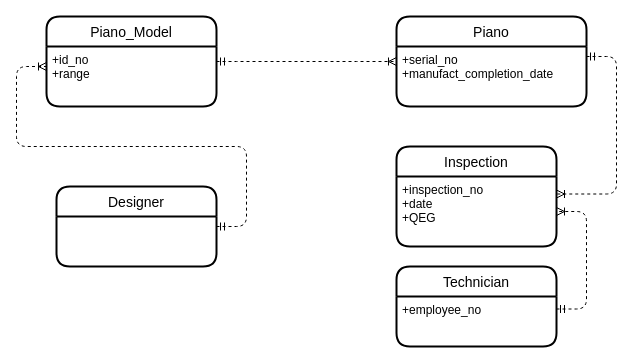
Above: er_diagram_piano.drawio in meetsomto/dbs (draw.io), before the change. Source tidied: cells renumbered, new cells numbered last; positions are measured from the earlier drawing's top-left corner, leaving out a move shared by most shapes. Both pictures are drawn from the tidied source at 100%, with x=0, y=0 at pixel (46, 16).
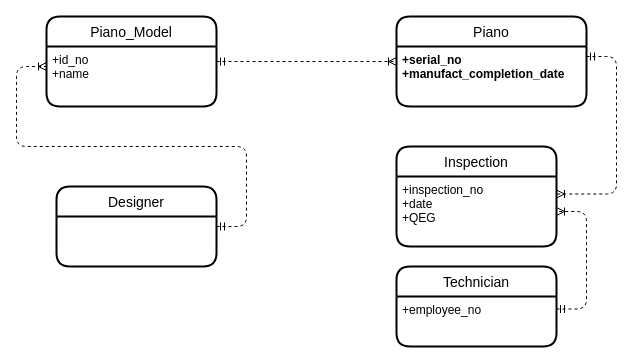
The same diagram, later.

Commit message:
Changed model attribute

What changed in the source:
```diff
@@
 <mxGraphModel>
   <root>
     <mxCell id="0" />
     <mxCell id="1" parent="0" />
     <mxCell id="2" value="Piano_Model" style="swimlane;horizontal=1;startSize=30;rounded=1;fontSize=14;fontStyle=0;strokeWidth=2;shadow=0;dashed=0;align=center;" parent="1" vertex="1">
       <mxGeometry width="170" height="90" as="geometry" />
     </mxCell>
-    <mxCell id="3" value="+id_no&#10;+range" style="align=left;strokeColor=none;fillColor=none;spacingLeft=4;fontSize=12;verticalAlign=top;" parent="2" vertex="1">
+    <mxCell id="3" value="+id_no&#10;+name" style="align=left;strokeColor=none;fillColor=none;spacingLeft=4;fontSize=12;verticalAlign=top;" parent="2" vertex="1">
       <mxGeometry y="30" width="170" height="60" as="geometry" />
     </mxCell>
     <mxCell id="4" style="edgeStyle=orthogonalEdgeStyle;rounded=0;orthogonalLoop=1;jettySize=auto;html=1;exitX=0.5;exitY=1;exitDx=0;exitDy=0;" parent="2" edge="1" source="3" target="3">
       <mxGeometry relative="1" as="geometry" />
     </mxCell>
     <mxCell id="5" value="Designer" style="swimlane;horizontal=1;startSize=30;rounded=1;fontSize=14;fontStyle=0;strokeWidth=2;shadow=0;dashed=0;align=center;" parent="1" vertex="1">
       <mxGeometry x="10" y="170" width="160" height="80" as="geometry" />
     </mxCell>
     <mxCell id="6" style="edgeStyle=entityRelationEdgeStyle;fontSize=12;html=1;endArrow=ERoneToMany;startArrow=ERmandOne;dashed=1;endFill=0;" parent="1" edge="1">
       <mxGeometry relative="1" as="geometry">
         <mxPoint x="170" y="210" as="sourcePoint" />
         <mxPoint y="50" as="targetPoint" />
       </mxGeometry>
     </mxCell>
     <mxCell id="7" style="edgeStyle=entityRelationEdgeStyle;fontSize=12;html=1;endArrow=ERoneToMany;startArrow=ERmandOne;dashed=1;endFill=0;exitX=1;exitY=0.25;exitDx=0;exitDy=0;" parent="1" edge="1" source="3">
       <mxGeometry relative="1" as="geometry">
         <mxPoint x="350" y="45" as="targetPoint" />
       </mxGeometry>
     </mxCell>
     <mxCell id="8" style="edgeStyle=entityRelationEdgeStyle;fontSize=12;html=1;endArrow=ERoneToMany;startArrow=ERmandOne;dashed=1;endFill=0;entryX=1;entryY=0.25;entryDx=0;entryDy=0;" parent="1" edge="1" target="13">
       <mxGeometry relative="1" as="geometry">
         <mxPoint x="540" y="40" as="sourcePoint" />
       </mxGeometry>
     </mxCell>
     <mxCell id="9" style="edgeStyle=entityRelationEdgeStyle;fontSize=12;html=1;endArrow=ERoneToMany;startArrow=ERmandOne;dashed=1;endFill=0;exitX=1;exitY=0.25;exitDx=0;exitDy=0;entryX=1;entryY=0.5;entryDx=0;entryDy=0;" parent="1" edge="1" source="15" target="13">
       <mxGeometry relative="1" as="geometry" />
     </mxCell>
     <mxCell id="10" value="Piano" style="swimlane;horizontal=1;startSize=30;rounded=1;fontSize=14;fontStyle=0;strokeWidth=2;shadow=0;dashed=0;align=center;" parent="1" vertex="1">
       <mxGeometry x="350" width="190" height="90" as="geometry" />
     </mxCell>
-    <mxCell id="11" value="+serial_no&#10;+manufact_completion_date" style="align=left;strokeColor=none;fillColor=none;spacingLeft=4;fontSize=12;verticalAlign=top;" parent="10" vertex="1">
+    <mxCell id="11" value="+serial_no&#10;+manufact_completion_date" style="align=left;strokeColor=none;fillColor=none;spacingLeft=4;fontSize=12;verticalAlign=top;fontStyle=1;" parent="10" vertex="1">
       <mxGeometry y="30" width="190" height="60" as="geometry" />
     </mxCell>
     <mxCell id="12" value="Inspection" style="swimlane;horizontal=1;startSize=30;rounded=1;fontSize=14;fontStyle=0;strokeWidth=2;shadow=0;dashed=0;align=center;" parent="1" vertex="1">
       <mxGeometry x="350" y="130" width="160" height="100" as="geometry" />
     </mxCell>
     <mxCell id="13" value="+inspection_no&#10;+date&#10;+QEG" style="align=left;strokeColor=none;fillColor=none;spacingLeft=4;fontSize=12;verticalAlign=top;" parent="12" vertex="1">
       <mxGeometry y="30" width="160" height="70" as="geometry" />
     </mxCell>
     <mxCell id="14" value="Technician" style="swimlane;horizontal=1;startSize=30;rounded=1;fontSize=14;fontStyle=0;strokeWidth=2;shadow=0;dashed=0;align=center;" parent="1" vertex="1">
       <mxGeometry x="350" y="250" width="160" height="80" as="geometry" />
     </mxCell>
     <mxCell id="15" value="+employee_no&#10;" style="align=left;strokeColor=none;fillColor=none;spacingLeft=4;fontSize=12;verticalAlign=top;" parent="14" vertex="1">
       <mxGeometry y="30" width="160" height="50" as="geometry" />
     </mxCell>
   </root>
 </mxGraphModel>
```
